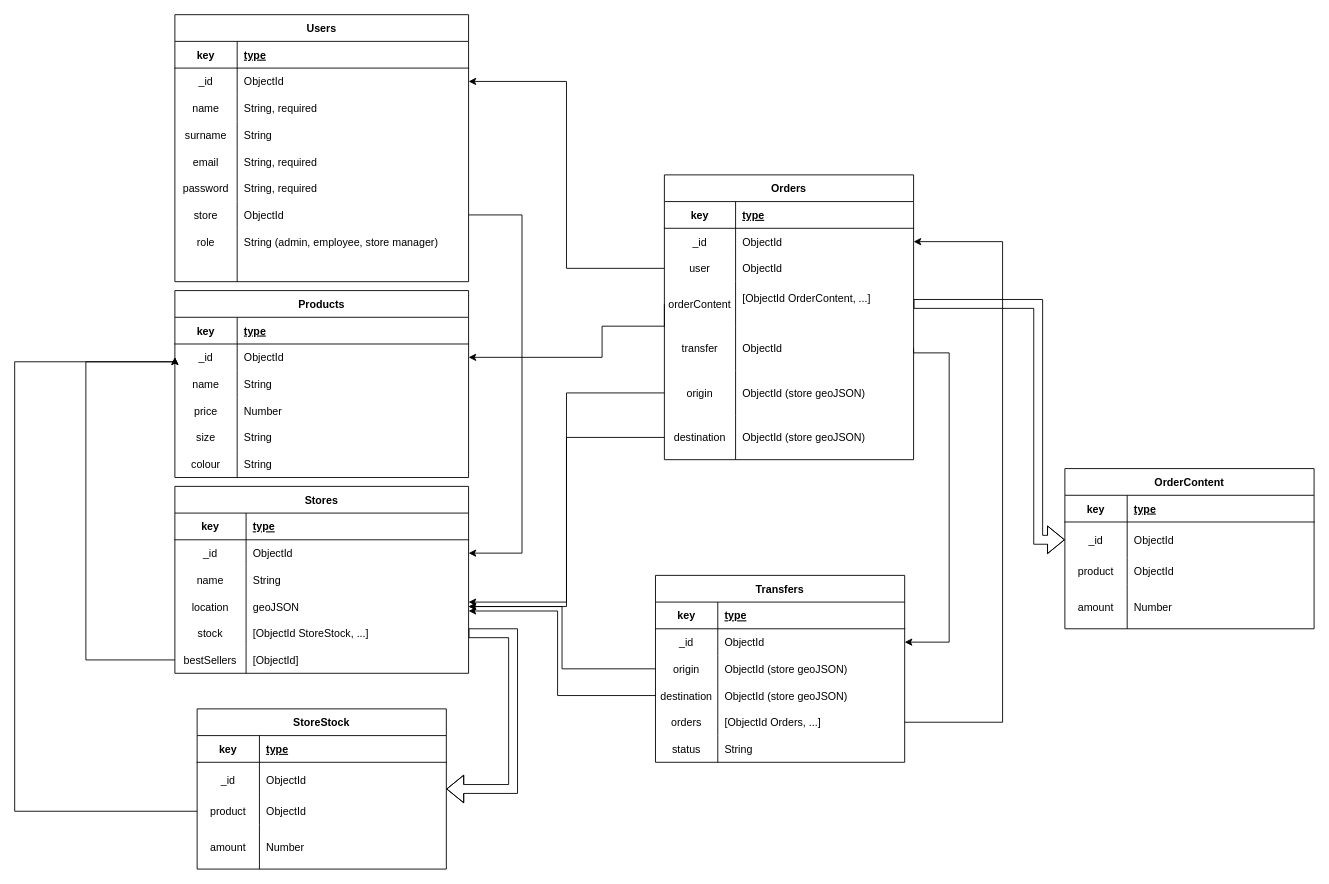
Before: omniSell Diagram.drawio in jesusht87/omniSell-API, a draw.io diagram. Source tidied: cells renumbered, new cells numbered last; positions are measured from the earlier drawing's top-left corner, leaving out a move shared by most shapes. Both pictures are drawn from the tidied source at 89%, with x=0, y=0 at pixel (14, 14).
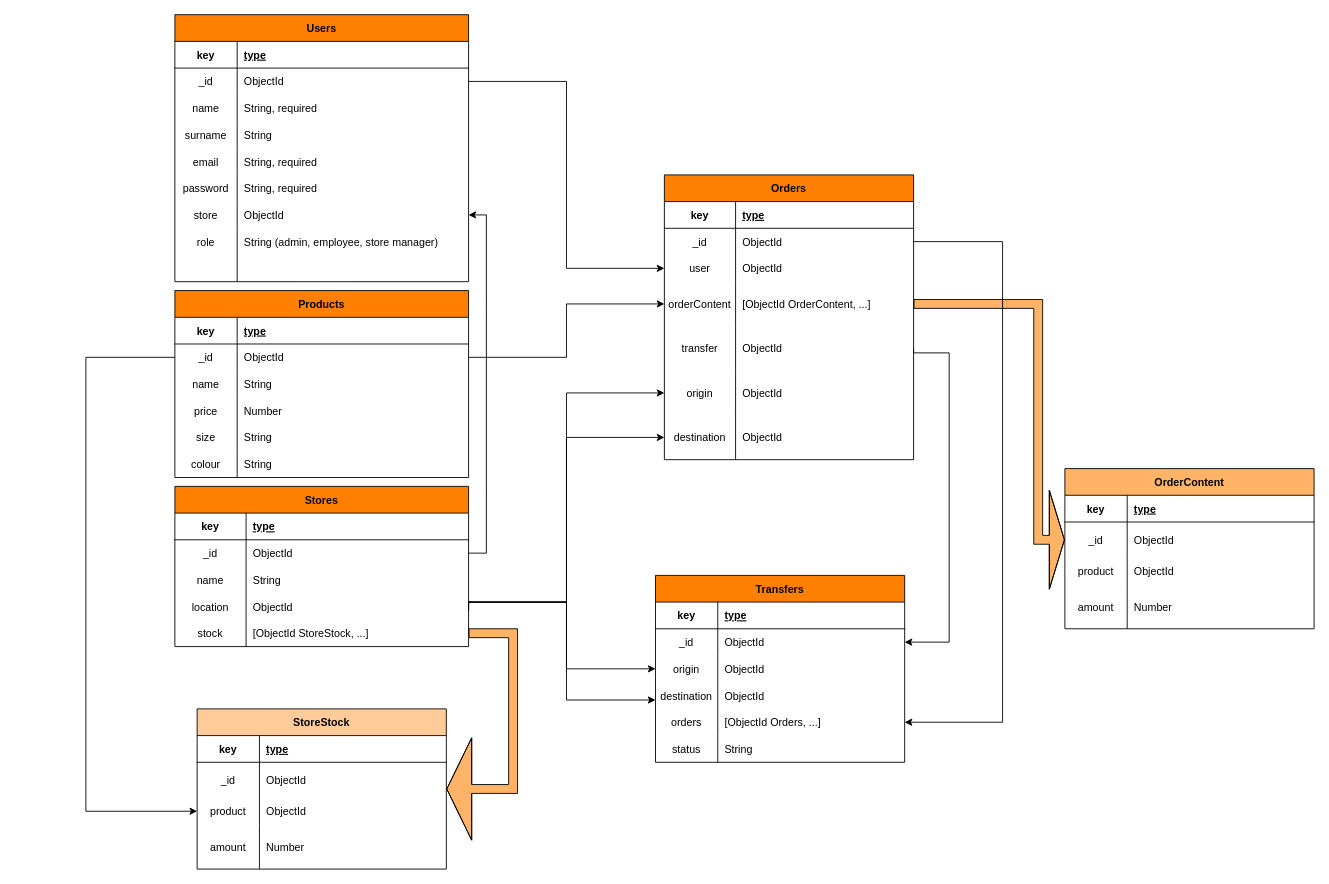
The same diagram, later.

Unchanged cells that the change refers to:
```xml
<mxCell id="6" style="shape=tableRow;horizontal=0;startSize=0;swimlaneHead=0;swimlaneBody=0;fillColor=none;points=[[0,0.5],[1,0.5]];portConstraint=eastwest;top=0;left=0;right=0;bottom=0;" parent="2" vertex="1">
  <mxGeometry y="60" width="330" height="30" as="geometry" />
</mxCell>
<mxCell id="25" style="shape=tableRow;horizontal=0;startSize=0;swimlaneHead=0;swimlaneBody=0;fillColor=none;points=[[0,0.5],[1,0.5]];portConstraint=eastwest;top=0;left=0;right=0;bottom=0;" parent="21" vertex="1">
  <mxGeometry y="60" width="330" height="30" as="geometry" />
</mxCell>
<mxCell id="31" style="shape=tableRow;horizontal=0;startSize=0;swimlaneHead=0;swimlaneBody=0;fillColor=none;points=[[0,0.5],[1,0.5]];portConstraint=eastwest;top=0;left=0;right=0;bottom=0;" parent="21" vertex="1">
  <mxGeometry y="120" width="330" height="30" as="geometry" />
</mxCell>
<mxCell id="34" style="shape=tableRow;horizontal=0;startSize=0;swimlaneHead=0;swimlaneBody=0;fillColor=none;points=[[0,0.5],[1,0.5]];portConstraint=eastwest;top=0;left=0;right=0;bottom=0;" parent="21" vertex="1">
  <mxGeometry y="150" width="330" height="30" as="geometry" />
</mxCell>
<mxCell id="44" style="shape=tableRow;horizontal=0;startSize=0;swimlaneHead=0;swimlaneBody=0;fillColor=none;points=[[0,0.5],[1,0.5]];portConstraint=eastwest;top=0;left=0;right=0;bottom=0;" parent="40" vertex="1">
  <mxGeometry y="60" width="330" height="30" as="geometry" />
</mxCell>
<mxCell id="59" style="shape=tableRow;horizontal=0;startSize=0;swimlaneHead=0;swimlaneBody=0;fillColor=none;points=[[0,0.5],[1,0.5]];portConstraint=eastwest;top=0;left=0;right=0;bottom=0;" parent="40" vertex="1">
  <mxGeometry y="210" width="330" height="30" as="geometry" />
</mxCell>
<mxCell id="72" style="shape=tableRow;horizontal=0;startSize=0;swimlaneHead=0;swimlaneBody=0;fillColor=none;points=[[0,0.5],[1,0.5]];portConstraint=eastwest;top=0;left=0;right=0;bottom=0;" parent="68" vertex="1">
  <mxGeometry y="60" width="280" height="30" as="geometry" />
</mxCell>
<mxCell id="75" style="shape=tableRow;horizontal=0;startSize=0;swimlaneHead=0;swimlaneBody=0;fillColor=none;points=[[0,0.5],[1,0.5]];portConstraint=eastwest;top=0;left=0;right=0;bottom=0;" parent="68" vertex="1">
  <mxGeometry y="90" width="280" height="30" as="geometry" />
</mxCell>
<mxCell id="78" style="shape=tableRow;horizontal=0;startSize=0;swimlaneHead=0;swimlaneBody=0;fillColor=none;points=[[0,0.5],[1,0.5]];portConstraint=eastwest;top=0;left=0;right=0;bottom=0;" parent="68" vertex="1">
  <mxGeometry y="120" width="280" height="50" as="geometry" />
</mxCell>
<mxCell id="84" style="shape=tableRow;horizontal=0;startSize=0;swimlaneHead=0;swimlaneBody=0;fillColor=none;points=[[0,0.5],[1,0.5]];portConstraint=eastwest;top=0;left=0;right=0;bottom=0;" parent="68" vertex="1">
  <mxGeometry y="220" width="280" height="50" as="geometry" />
</mxCell>
<mxCell id="87" style="shape=tableRow;horizontal=0;startSize=0;swimlaneHead=0;swimlaneBody=0;fillColor=none;points=[[0,0.5],[1,0.5]];portConstraint=eastwest;top=0;left=0;right=0;bottom=0;" parent="68" vertex="1">
  <mxGeometry y="270" width="280" height="50" as="geometry" />
</mxCell>
<mxCell id="97" style="shape=tableRow;horizontal=0;startSize=0;swimlaneHead=0;swimlaneBody=0;fillColor=none;points=[[0,0.5],[1,0.5]];portConstraint=eastwest;top=0;left=0;right=0;bottom=0;" parent="90" vertex="1">
  <mxGeometry y="90" width="280" height="30" as="geometry" />
</mxCell>
<mxCell id="100" style="shape=tableRow;horizontal=0;startSize=0;swimlaneHead=0;swimlaneBody=0;fillColor=none;points=[[0,0.5],[1,0.5]];portConstraint=eastwest;top=0;left=0;right=0;bottom=0;" parent="90" vertex="1">
  <mxGeometry y="120" width="280" height="30" as="geometry" />
</mxCell>
<mxCell id="103" style="shape=tableRow;horizontal=0;startSize=0;swimlaneHead=0;swimlaneBody=0;fillColor=none;points=[[0,0.5],[1,0.5]];portConstraint=eastwest;top=0;left=0;right=0;bottom=0;" parent="90" vertex="1">
  <mxGeometry y="150" width="280" height="30" as="geometry" />
</mxCell>
<mxCell id="113" style="shape=tableRow;horizontal=0;startSize=0;swimlaneHead=0;swimlaneBody=0;fillColor=none;points=[[0,0.5],[1,0.5]];portConstraint=eastwest;top=0;left=0;right=0;bottom=0;" parent="109" vertex="1">
  <mxGeometry y="60" width="280" height="40" as="geometry" />
</mxCell>
<mxCell id="129" style="shape=tableRow;horizontal=0;startSize=0;swimlaneHead=0;swimlaneBody=0;fillColor=none;points=[[0,0.5],[1,0.5]];portConstraint=eastwest;top=0;left=0;right=0;bottom=0;" parent="122" vertex="1">
  <mxGeometry y="100" width="280" height="30" as="geometry" />
</mxCell>
```

What changed in the source:
```diff
@@
-    <mxCell id="2" value="Products" style="shape=table;startSize=30;childLayout=tableLayout;rowLines=0;fontStyle=1;align=center;" parent="1" vertex="1">
+    <mxCell id="2" value="Products" style="shape=table;startSize=30;childLayout=tableLayout;rowLines=0;fontStyle=1;align=center;fillColor=#FF8000;" parent="1" vertex="1">
       <mxGeometry x="180" y="310" width="330" height="210" as="geometry" />
     </mxCell>
@@
-    <mxCell id="21" value="Stores" style="shape=table;startSize=30;childLayout=tableLayout;rowLines=0;fontStyle=1;align=center;" parent="1" vertex="1">
-      <mxGeometry x="180" y="530" width="330" height="210" as="geometry" />
+    <mxCell id="21" value="Stores" style="shape=table;startSize=30;childLayout=tableLayout;rowLines=0;fontStyle=1;align=center;fillColor=#FF8000;" parent="1" vertex="1">
+      <mxGeometry x="180" y="530" width="330" height="180" as="geometry" />
     </mxCell>
@@
-    <mxCell id="33" value="geoJSON" style="shape=partialRectangle;fillColor=none;top=0;left=0;bottom=0;right=0;align=left;spacingLeft=6;overflow=hidden;" parent="31" vertex="1">
+    <mxCell id="33" value="ObjectId" style="shape=partialRectangle;fillColor=none;top=0;left=0;bottom=0;right=0;align=left;spacingLeft=6;overflow=hidden;" parent="31" vertex="1">
       <mxGeometry x="80" width="250" height="30" as="geometry" />
     </mxCell>
@@
-    <mxCell id="37" style="shape=tableRow;horizontal=0;startSize=0;swimlaneHead=0;swimlaneBody=0;fillColor=none;points=[[0,0.5],[1,0.5]];portConstraint=eastwest;top=0;left=0;right=0;bottom=0;" parent="21" vertex="1">
-      <mxGeometry y="180" width="330" height="30" as="geometry" />
-    </mxCell>
-    <mxCell id="38" value="bestSellers" style="shape=partialRectangle;fillColor=none;top=0;left=0;bottom=0;right=0;overflow=hidden;" parent="37" vertex="1">
-      <mxGeometry width="80" height="30" as="geometry" />
-    </mxCell>
-    <mxCell id="39" value="[ObjectId]" style="shape=partialRectangle;fillColor=none;top=0;left=0;bottom=0;right=0;align=left;spacingLeft=6;overflow=hidden;" parent="37" vertex="1">
-      <mxGeometry x="80" width="250" height="30" as="geometry" />
-    </mxCell>
-    <mxCell id="40" value="Users" style="shape=table;startSize=30;childLayout=tableLayout;rowLines=0;fontStyle=1;align=center;" parent="1" vertex="1">
+    <mxCell id="40" value="Users" style="shape=table;startSize=30;childLayout=tableLayout;rowLines=0;fontStyle=1;align=center;fillColor=#FF8000;" parent="1" vertex="1">
       <mxGeometry x="180" width="330" height="300" as="geometry" />
     </mxCell>
@@
-    <mxCell id="68" value="Orders" style="shape=table;startSize=30;childLayout=tableLayout;rowLines=0;fontStyle=1;align=center;" parent="1" vertex="1">
+    <mxCell id="68" value="Orders" style="shape=table;startSize=30;childLayout=tableLayout;rowLines=0;fontStyle=1;align=center;fillColor=#FF8000;" parent="1" vertex="1">
       <mxGeometry x="730" y="180" width="280" height="320" as="geometry" />
     </mxCell>
@@
-    <mxCell id="80" value="[ObjectId OrderContent, ...]&#10;" style="shape=partialRectangle;fillColor=none;top=0;left=0;bottom=0;right=0;align=left;spacingLeft=6;overflow=hidden;" parent="78" vertex="1">
+    <mxCell id="80" value="[ObjectId OrderContent, ...]" style="shape=partialRectangle;fillColor=none;top=0;left=0;bottom=0;right=0;align=left;spacingLeft=6;overflow=hidden;" parent="78" vertex="1">
       <mxGeometry x="80" width="200" height="50" as="geometry" />
     </mxCell>
@@
-    <mxCell id="86" value="ObjectId (store geoJSON)" style="shape=partialRectangle;fillColor=none;top=0;left=0;bottom=0;right=0;align=left;spacingLeft=6;overflow=hidden;" parent="84" vertex="1">
+    <mxCell id="86" value="ObjectId" style="shape=partialRectangle;fillColor=none;top=0;left=0;bottom=0;right=0;align=left;spacingLeft=6;overflow=hidden;" parent="84" vertex="1">
       <mxGeometry x="80" width="200" height="50" as="geometry" />
     </mxCell>
@@
-    <mxCell id="89" value="ObjectId (store geoJSON)" style="shape=partialRectangle;fillColor=none;top=0;left=0;bottom=0;right=0;align=left;spacingLeft=6;overflow=hidden;" parent="87" vertex="1">
+    <mxCell id="89" value="ObjectId" style="shape=partialRectangle;fillColor=none;top=0;left=0;bottom=0;right=0;align=left;spacingLeft=6;overflow=hidden;" parent="87" vertex="1">
       <mxGeometry x="80" width="200" height="50" as="geometry" />
     </mxCell>
-    <mxCell id="90" value="Transfers" style="shape=table;startSize=30;childLayout=tableLayout;rowLines=0;fontStyle=1;align=center;" parent="1" vertex="1">
+    <mxCell id="90" value="Transfers" style="shape=table;startSize=30;childLayout=tableLayout;rowLines=0;fontStyle=1;align=center;fillColor=#FF8000;" parent="1" vertex="1">
       <mxGeometry x="720" y="630" width="280" height="210" as="geometry" />
     </mxCell>
@@
-    <mxCell id="99" value="ObjectId (store geoJSON)" style="shape=partialRectangle;fillColor=none;top=0;left=0;bottom=0;right=0;align=left;spacingLeft=6;overflow=hidden;" parent="97" vertex="1">
+    <mxCell id="99" value="ObjectId" style="shape=partialRectangle;fillColor=none;top=0;left=0;bottom=0;right=0;align=left;spacingLeft=6;overflow=hidden;" parent="97" vertex="1">
       <mxGeometry x="70" width="210" height="30" as="geometry" />
     </mxCell>
@@
-    <mxCell id="102" value="ObjectId (store geoJSON)" style="shape=partialRectangle;fillColor=none;top=0;left=0;bottom=0;right=0;align=left;spacingLeft=6;overflow=hidden;" parent="100" vertex="1">
+    <mxCell id="102" value="ObjectId" style="shape=partialRectangle;fillColor=none;top=0;left=0;bottom=0;right=0;align=left;spacingLeft=6;overflow=hidden;" parent="100" vertex="1">
       <mxGeometry x="70" width="210" height="30" as="geometry" />
     </mxCell>
@@
-    <mxCell id="109" value="OrderContent" style="shape=table;startSize=30;childLayout=tableLayout;rowLines=0;fontStyle=1;align=center;" parent="1" vertex="1">
+    <mxCell id="109" value="OrderContent" style="shape=table;startSize=30;childLayout=tableLayout;rowLines=0;fontStyle=1;align=center;fillColor=#FFB366;" parent="1" vertex="1">
       <mxGeometry x="1180" y="510" width="280" height="180" as="geometry" />
     </mxCell>
@@
-    <mxCell id="122" value="StoreStock" style="shape=table;startSize=30;childLayout=tableLayout;rowLines=0;fontStyle=1;align=center;" parent="1" vertex="1">
+    <mxCell id="122" value="StoreStock" style="shape=table;startSize=30;childLayout=tableLayout;rowLines=0;fontStyle=1;align=center;fillColor=#FFCC99;" parent="1" vertex="1">
       <mxGeometry x="205" y="780" width="280" height="180" as="geometry" />
     </mxCell>
@@
-    <mxCell id="135" style="edgeStyle=orthogonalEdgeStyle;rounded=0;jettySize=auto;html=1;entryX=0;entryY=0.5;entryDx=0;entryDy=0;" parent="1" edge="1" source="37" target="6">
-      <mxGeometry relative="1" as="geometry">
-        <Array as="points">
-          <mxPoint x="80" y="725" />
-          <mxPoint x="80" y="390" />
-          <mxPoint x="180" y="390" />
-        </Array>
-      </mxGeometry>
-    </mxCell>
-    <mxCell id="136" style="edgeStyle=orthogonalEdgeStyle;rounded=0;jettySize=auto;html=1;entryX=1;entryY=0.5;entryDx=0;entryDy=0;shape=flexArrow;" parent="1" edge="1" source="34" target="122">
+    <mxCell id="136" style="edgeStyle=orthogonalEdgeStyle;rounded=0;jettySize=auto;html=1;entryX=1;entryY=0.5;entryDx=0;entryDy=0;shape=flexArrow;fillColor=#FFB366;endWidth=104;endSize=9;" parent="1" edge="1" source="34" target="122">
       <mxGeometry relative="1" as="geometry">
         <Array as="points">
           <mxPoint x="560" y="695" />
           <mxPoint x="560" y="870" />
         </Array>
       </mxGeometry>
     </mxCell>
-    <mxCell id="137" style="edgeStyle=orthogonalEdgeStyle;rounded=0;jettySize=auto;html=1;entryX=0;entryY=0.5;entryDx=0;entryDy=0;" parent="1" edge="1" source="129" target="6">
-      <mxGeometry relative="1" as="geometry">
-        <Array as="points">
-          <mxPoint y="895" />
-          <mxPoint y="390" />
-          <mxPoint x="180" y="390" />
-        </Array>
-      </mxGeometry>
-    </mxCell>
-    <mxCell id="138" style="edgeStyle=orthogonalEdgeStyle;rounded=0;jettySize=auto;html=1;entryX=1;entryY=0.5;entryDx=0;entryDy=0;" parent="1" edge="1" source="59" target="25">
-      <mxGeometry relative="1" as="geometry">
-        <Array as="points">
-          <mxPoint x="570" y="225" />
-          <mxPoint x="570" y="605" />
-        </Array>
-      </mxGeometry>
-    </mxCell>
-    <mxCell id="139" style="edgeStyle=orthogonalEdgeStyle;rounded=0;jettySize=auto;html=1;entryX=1;entryY=0.5;entryDx=0;entryDy=0;" parent="1" edge="1" source="75" target="44">
-      <mxGeometry relative="1" as="geometry" />
-    </mxCell>
-    <mxCell id="140" style="edgeStyle=orthogonalEdgeStyle;rounded=0;jettySize=auto;html=1;entryX=1;entryY=0.5;entryDx=0;entryDy=0;exitX=0;exitY=0.5;exitDx=0;exitDy=0;" parent="1" edge="1" source="78" target="6">
-      <mxGeometry relative="1" as="geometry">
-        <Array as="points">
-          <mxPoint x="730" y="350" />
-          <mxPoint x="660" y="350" />
-          <mxPoint x="660" y="385" />
-        </Array>
-      </mxGeometry>
-    </mxCell>
-    <mxCell id="141" style="edgeStyle=orthogonalEdgeStyle;rounded=0;jettySize=auto;html=1;entryX=1;entryY=0.5;entryDx=0;entryDy=0;exitX=1;exitY=0.5;exitDx=0;exitDy=0;" parent="1" edge="1" source="103" target="72">
-      <mxGeometry relative="1" as="geometry">
-        <Array as="points">
-          <mxPoint x="1110" y="795" />
-          <mxPoint x="1110" y="255" />
-        </Array>
-      </mxGeometry>
-    </mxCell>
-    <mxCell id="142" style="edgeStyle=orthogonalEdgeStyle;rounded=0;jettySize=auto;html=1;entryX=1;entryY=0.5;entryDx=0;entryDy=0;" parent="1" edge="1" source="97" target="31">
-      <mxGeometry relative="1" as="geometry" />
-    </mxCell>
-    <mxCell id="143" style="edgeStyle=orthogonalEdgeStyle;rounded=0;jettySize=auto;html=1;" parent="1" edge="1" source="100">
+    <mxCell id="143" style="edgeStyle=orthogonalEdgeStyle;rounded=0;jettySize=auto;html=1;" parent="1" edge="1" target="100">
       <mxGeometry relative="1" as="geometry">
-        <mxPoint x="510" y="670" as="targetPoint" />
+        <mxPoint x="510" y="670" as="sourcePoint" />
         <Array as="points">
-          <mxPoint x="610" y="765" />
-          <mxPoint x="610" y="670" />
+          <mxPoint x="510" y="660" />
+          <mxPoint x="620" y="660" />
+          <mxPoint x="620" y="770" />
         </Array>
       </mxGeometry>
     </mxCell>
@@
-    <mxCell id="145" style="edgeStyle=orthogonalEdgeStyle;shape=flexArrow;rounded=0;jettySize=auto;html=1;entryX=0;entryY=0.5;entryDx=0;entryDy=0;" parent="1" edge="1" source="78" target="113">
+    <mxCell id="145" style="edgeStyle=orthogonalEdgeStyle;shape=flexArrow;rounded=0;jettySize=auto;html=1;entryX=0;entryY=0.5;entryDx=0;entryDy=0;fillColor=#FFB366;endWidth=100;endSize=5.33;" parent="1" edge="1" source="78" target="113">
       <mxGeometry relative="1" as="geometry">
         <Array as="points">
           <mxPoint x="1150" y="325" />
           <mxPoint x="1150" y="590" />
         </Array>
       </mxGeometry>
     </mxCell>
+    <mxCell id="148" style="edgeStyle=orthogonalEdgeStyle;rounded=0;jettySize=auto;html=1;fillColor=#FFB366;" parent="1" edge="1" source="6" target="129">
+      <mxGeometry relative="1" as="geometry">
+        <Array as="points">
+          <mxPoint x="80" y="385" />
+          <mxPoint x="80" y="895" />
+        </Array>
+      </mxGeometry>
+    </mxCell>
+    <mxCell id="149" style="edgeStyle=orthogonalEdgeStyle;rounded=0;jettySize=auto;html=1;entryX=0;entryY=0.5;entryDx=0;entryDy=0;fillColor=#FFB366;" parent="1" edge="1" source="6" target="78">
+      <mxGeometry relative="1" as="geometry" />
+    </mxCell>
+    <mxCell id="150" style="edgeStyle=orthogonalEdgeStyle;rounded=0;jettySize=auto;html=1;entryX=1;entryY=0.5;entryDx=0;entryDy=0;fillColor=#FFB366;" parent="1" edge="1" source="25" target="59">
+      <mxGeometry relative="1" as="geometry">
+        <Array as="points">
+          <mxPoint x="530" y="605" />
+          <mxPoint x="530" y="225" />
+        </Array>
+      </mxGeometry>
+    </mxCell>
+    <mxCell id="151" style="edgeStyle=orthogonalEdgeStyle;rounded=0;jettySize=auto;html=1;fillColor=#FFB366;" parent="1" edge="1" source="44" target="75">
+      <mxGeometry relative="1" as="geometry" />
+    </mxCell>
+    <mxCell id="147" style="edgeStyle=orthogonalEdgeStyle;rounded=0;jettySize=auto;html=1;" parent="1" edge="1" target="87">
+      <mxGeometry relative="1" as="geometry">
+        <mxPoint x="510" y="660" as="sourcePoint" />
+        <Array as="points">
+          <mxPoint x="620" y="660" />
+          <mxPoint x="620" y="475" />
+        </Array>
+      </mxGeometry>
+    </mxCell>
+    <mxCell id="142" style="edgeStyle=orthogonalEdgeStyle;rounded=0;jettySize=auto;html=1;exitX=1;exitY=0.5;exitDx=0;exitDy=0;" parent="1" edge="1" source="31" target="97">
+      <mxGeometry relative="1" as="geometry">
+        <Array as="points">
+          <mxPoint x="510" y="660" />
+          <mxPoint x="620" y="660" />
+          <mxPoint x="620" y="735" />
+        </Array>
+      </mxGeometry>
+    </mxCell>
-    <mxCell id="146" style="edgeStyle=orthogonalEdgeStyle;rounded=0;jettySize=auto;html=1;entryX=1;entryY=0.5;entryDx=0;entryDy=0;" parent="1" edge="1" source="84" target="31">
-      <mxGeometry relative="1" as="geometry" />
+    <mxCell id="146" style="edgeStyle=orthogonalEdgeStyle;rounded=0;jettySize=auto;html=1;exitX=1;exitY=0.5;exitDx=0;exitDy=0;" parent="1" edge="1" source="31" target="84">
+      <mxGeometry relative="1" as="geometry">
+        <Array as="points">
+          <mxPoint x="510" y="660" />
+          <mxPoint x="620" y="660" />
+          <mxPoint x="620" y="425" />
+        </Array>
+      </mxGeometry>
     </mxCell>
-    <mxCell id="147" style="edgeStyle=orthogonalEdgeStyle;rounded=0;jettySize=auto;html=1;" parent="1" edge="1" source="87">
-      <mxGeometry relative="1" as="geometry">
-        <mxPoint x="510" y="660" as="targetPoint" />
-        <Array as="points">
-          <mxPoint x="620" y="475" />
-          <mxPoint x="620" y="660" />
-        </Array>
-      </mxGeometry>
-    </mxCell>
+    <mxCell id="141" style="edgeStyle=orthogonalEdgeStyle;rounded=0;jettySize=auto;html=1;entryX=1;entryY=0.5;entryDx=0;entryDy=0;exitX=1;exitY=0.5;exitDx=0;exitDy=0;" parent="1" edge="1" source="72" target="103">
+      <mxGeometry relative="1" as="geometry">
+        <Array as="points">
+          <mxPoint x="1110" y="255" />
+          <mxPoint x="1110" y="795" />
+        </Array>
+      </mxGeometry>
+    </mxCell>
```
